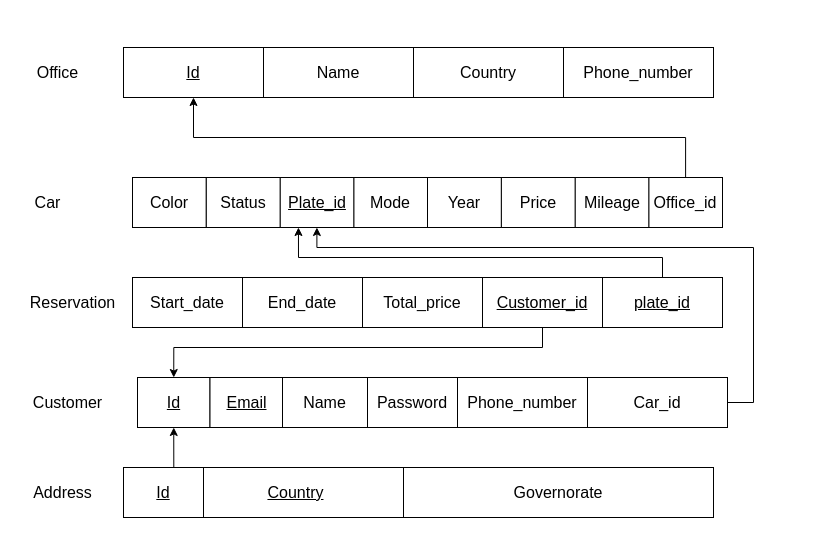
This is diagrams/relitnal_schema.drawio from DiaaAhmedHassan/car_rental_database, a draw.io file, before an edit. Source tidied: cells renumbered, new cells numbered last; positions are measured from the earlier drawing's top-left corner, leaving out a move shared by most shapes. Both pictures are drawn from the tidied source at 100%, with x=0, y=0 at pixel (17, 17).
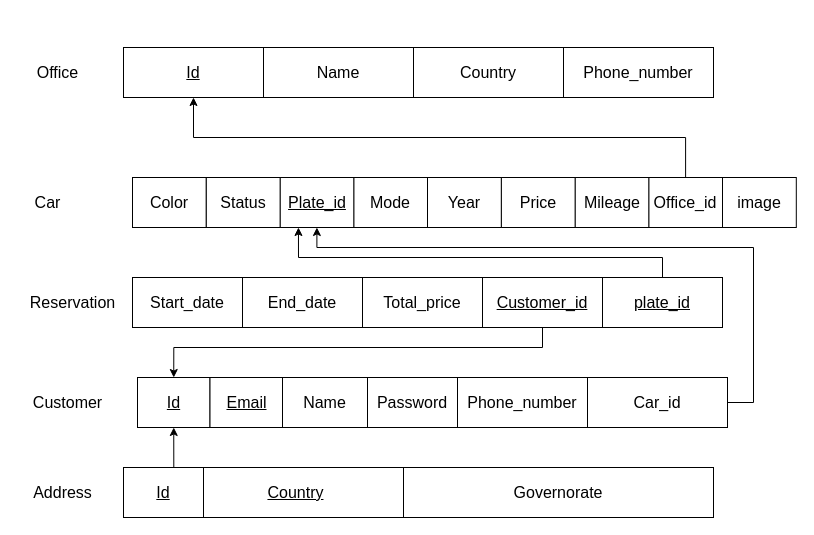
The same page after the edit.

Change to the diagram source:
```diff
@@
+    <mxCell id="45" value="&lt;font style=&quot;font-size: 16px;&quot;&gt;image&lt;br&gt;&lt;/font&gt;" style="rounded=0;whiteSpace=wrap;html=1;" parent="1" vertex="1">
+      <mxGeometry x="705" y="160" width="73.8" height="50" as="geometry" />
+    </mxCell>
```
